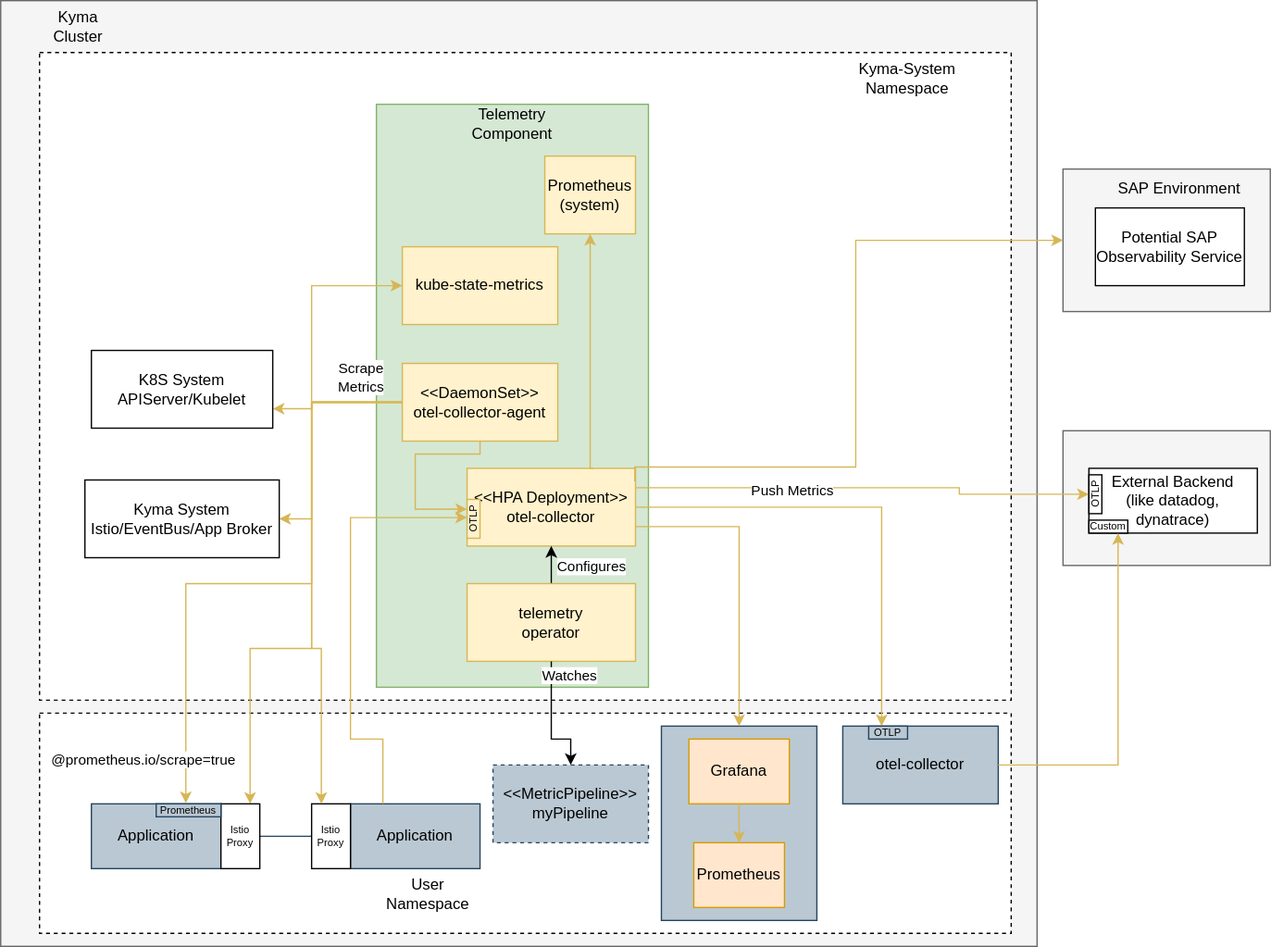
This is concepts/observability-strategy/configurable-monitoring/assets/monitoring-arch.drawio.svg from kyma-project/community, a draw.io export, as it was before one commit. Source tidied: cells renumbered, new cells last; positions are measured from the earlier drawing's top-left corner, leaving out a move shared by most shapes.
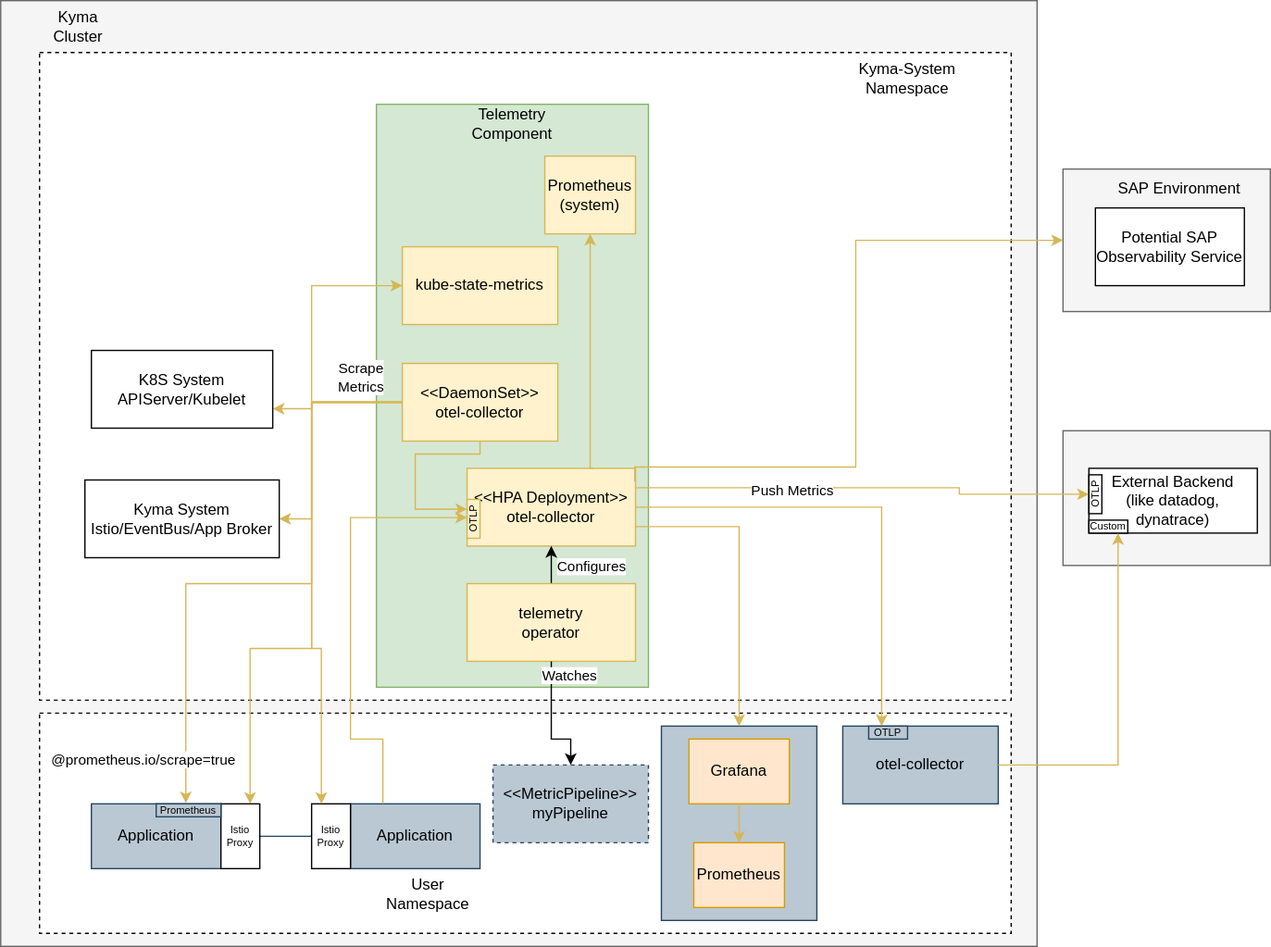
The same diagram one commit later.

The edit, as a diff of the source:
```diff
@@ -220,7 +220,7 @@
         </Array>
       </mxGeometry>
     </mxCell>
-    <mxCell id="52" value="&amp;lt;&amp;lt;DaemonSet&amp;gt;&amp;gt;&lt;br&gt;otel-collector-agent" style="rounded=0;whiteSpace=wrap;html=1;fillColor=#fff2cc;strokeColor=#d6b656;fontColor=#000000;" parent="1" vertex="1">
+    <mxCell id="52" value="&amp;lt;&amp;lt;DaemonSet&amp;gt;&amp;gt;&lt;br&gt;otel-collector" style="rounded=0;whiteSpace=wrap;html=1;fillColor=#fff2cc;strokeColor=#d6b656;fontColor=#000000;" parent="1" vertex="1">
       <mxGeometry x="310" y="280" width="120" height="60" as="geometry" />
     </mxCell>
     <mxCell id="53" value="Prometheus&lt;br&gt;(system)" style="rounded=0;whiteSpace=wrap;html=1;fillColor=#fff2cc;strokeColor=#d6b656;" parent="1" vertex="1">
```
